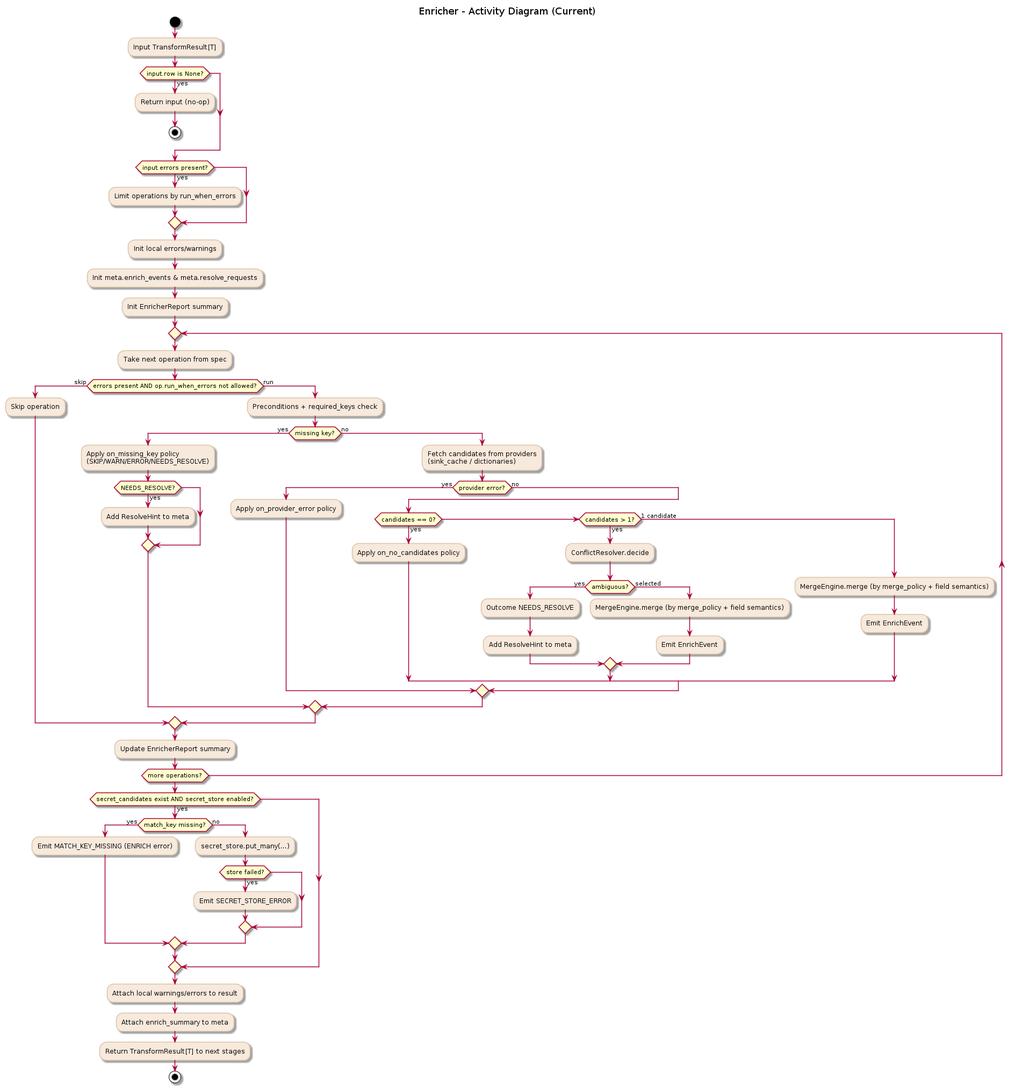
Before: docs/uml/transform/enricher/enricher_activity.png, a diagram exported from PlantUML (xORex-LC/nexus-etl). Its source is kept beside it as docs/uml/transform/enricher/enricher_activity.puml.
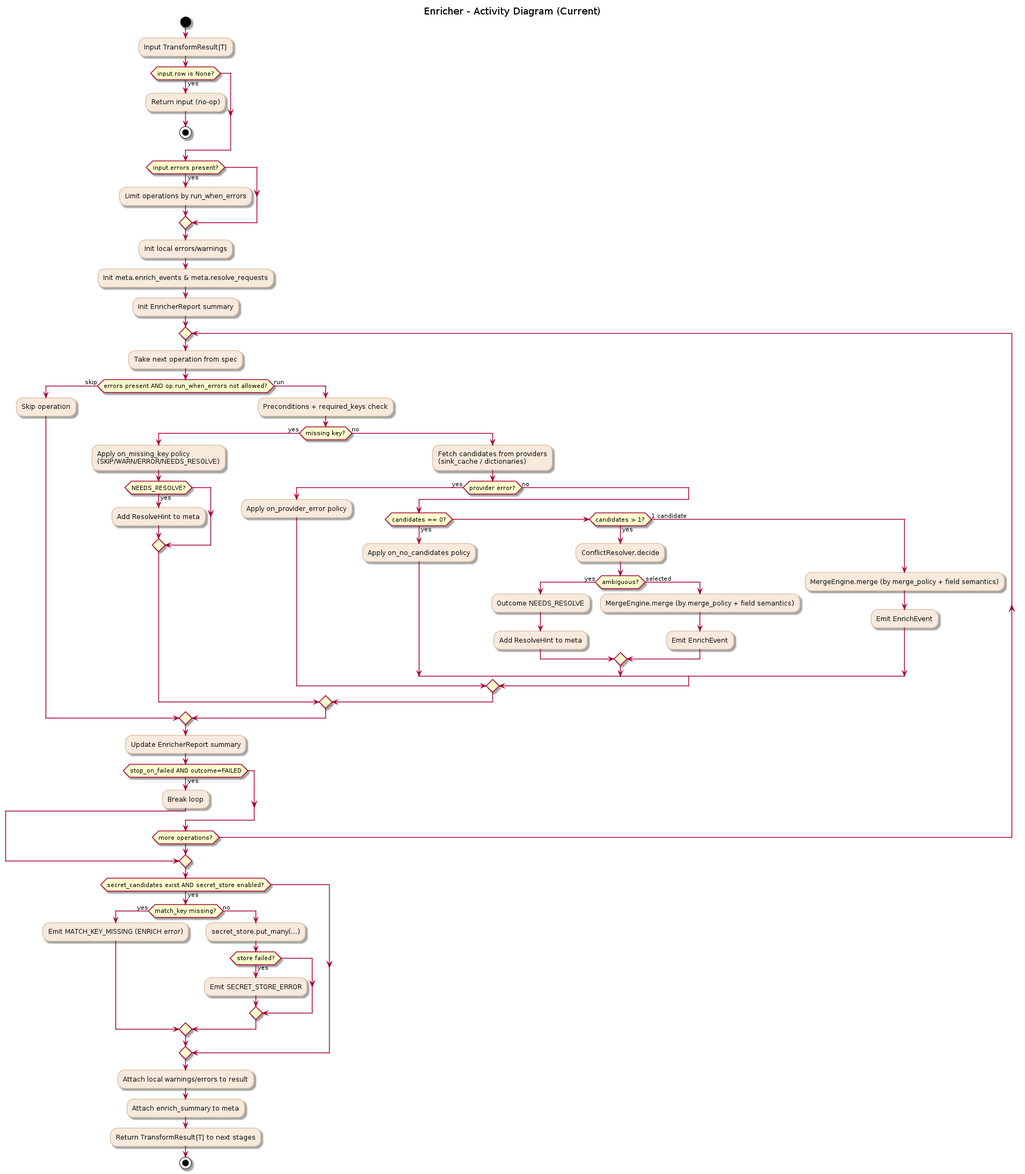
The same diagram one commit later.

Diff of the diagram source:
```diff
@@ -61,6 +61,10 @@
   endif
 
   :Update EnricherReport summary;
+  if (stop_on_failed AND outcome=FAILED) then (yes)
+    :Break loop;
+    break
+  endif
 
 repeat while (more operations?)
 
```
